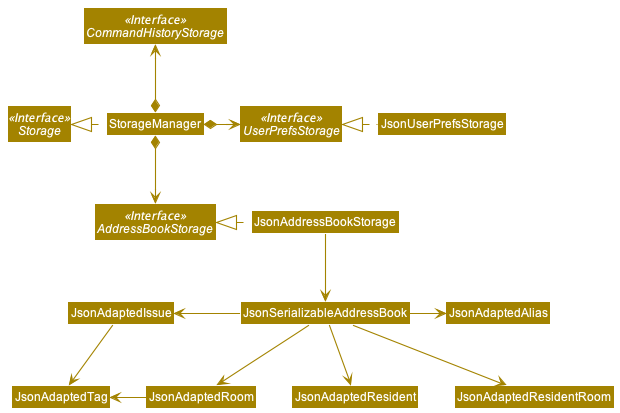
This is docs/images/StorageClassDiagram.png from nus-cs2103-AY2021S2/tp, a PlantUML export, as it was before one commit. Source of this version:
```plantuml
@startuml
!include style.puml
skinparam arrowThickness 1.1
skinparam arrowColor STORAGE_COLOR
skinparam classBackgroundColor STORAGE_COLOR

Interface Storage <<Interface>>
Interface UserPrefsStorage <<Interface>>
Interface AddressBookStorage <<Interface>>
Interface CommandHistoryStorage <<Interface>>

Class StorageManager
StorageManager .left.|> Storage
StorageManager *-right-> UserPrefsStorage
StorageManager *--> AddressBookStorage
StorageManager *-up-> CommandHistoryStorage

Class JsonUserPrefsStorage
JsonUserPrefsStorage .left.|> UserPrefsStorage

Class JsonAddressBookStorage
JsonAddressBookStorage .left.|> AddressBookStorage
JsonAddressBookStorage -down-> JsonSerializableAddressBook

Class JsonSerializableAddressBook
JsonSerializableAddressBook -left-> JsonAdaptedIssue
JsonSerializableAddressBook -down-> JsonAdaptedRoom
JsonSerializableAddressBook -down-> JsonAdaptedResident
JsonSerializableAddressBook -down-> JsonAdaptedResidentRoom
JsonSerializableAddressBook -right-> JsonAdaptedAlias

JsonAdaptedRoom -left-> JsonAdaptedTag
JsonAdaptedIssue -down-> JsonAdaptedTag
@enduml
```
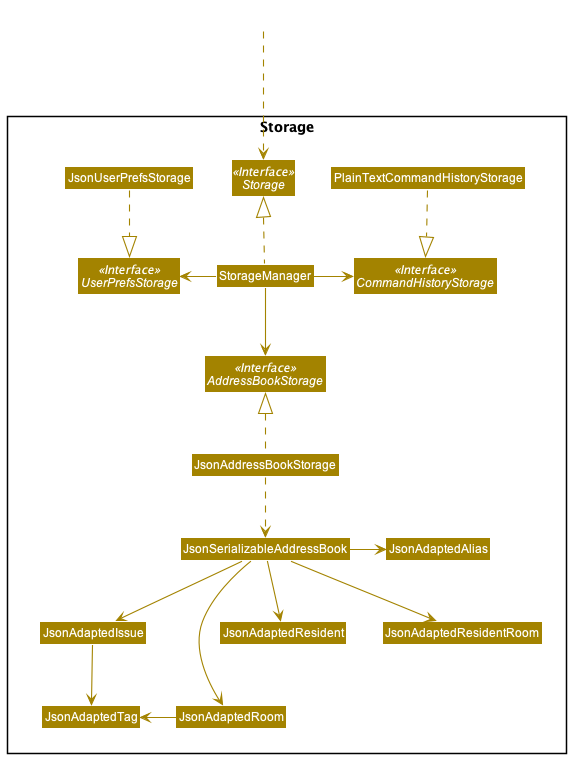
Later version of the same file.

Commit message:
Docs(UG): Update storage component

The edit, as a diff of the source:
```diff
@@ -4,31 +4,37 @@
 skinparam arrowColor STORAGE_COLOR
 skinparam classBackgroundColor STORAGE_COLOR
 
-Interface Storage <<Interface>>
-Interface UserPrefsStorage <<Interface>>
-Interface AddressBookStorage <<Interface>>
-Interface CommandHistoryStorage <<Interface>>
+Class HiddenOutside #FFFFFF
+HiddenOutside ...> Storage
 
-Class StorageManager
-StorageManager .left.|> Storage
-StorageManager *-right-> UserPrefsStorage
-StorageManager *--> AddressBookStorage
-StorageManager *-up-> CommandHistoryStorage
+Package "Storage"<<Rectangle>> {
+    Interface Storage <<Interface>>
+    Interface UserPrefsStorage <<Interface>>
+    Interface CommandHistoryStorage <<Interface>>
+    Interface AddressBookStorage <<Interface>>
+    PlainTextCommandHistoryStorage ..|> CommandHistoryStorage
 
-Class JsonUserPrefsStorage
-JsonUserPrefsStorage .left.|> UserPrefsStorage
+    Class StorageManager
+    StorageManager .up.|> Storage
+    StorageManager -left-> UserPrefsStorage
+    StorageManager -down-> AddressBookStorage
+    StorageManager -right-> CommandHistoryStorage
 
-Class JsonAddressBookStorage
-JsonAddressBookStorage .left.|> AddressBookStorage
-JsonAddressBookStorage -down-> JsonSerializableAddressBook
+    Class JsonUserPrefsStorage
+    JsonUserPrefsStorage .down.|> UserPrefsStorage
 
-Class JsonSerializableAddressBook
-JsonSerializableAddressBook -left-> JsonAdaptedIssue
-JsonSerializableAddressBook -down-> JsonAdaptedRoom
-JsonSerializableAddressBook -down-> JsonAdaptedResident
-JsonSerializableAddressBook -down-> JsonAdaptedResidentRoom
-JsonSerializableAddressBook -right-> JsonAdaptedAlias
+    Class JsonAddressBookStorage
+    JsonAddressBookStorage .up.|> AddressBookStorage
+    JsonAddressBookStorage ..> JsonSerializableAddressBook
 
-JsonAdaptedRoom -left-> JsonAdaptedTag
-JsonAdaptedIssue -down-> JsonAdaptedTag
+    Class JsonSerializableAddressBook
+    JsonSerializableAddressBook -left-> JsonAdaptedRoom
+    JsonSerializableAddressBook -down-> JsonAdaptedIssue
+    JsonSerializableAddressBook -down-> JsonAdaptedResident
+    JsonSerializableAddressBook -down-> JsonAdaptedResidentRoom
+    JsonSerializableAddressBook -right-> JsonAdaptedAlias
+
+    JsonAdaptedRoom -left-> JsonAdaptedTag
+    JsonAdaptedIssue -down-> JsonAdaptedTag
+}
 @enduml
```
